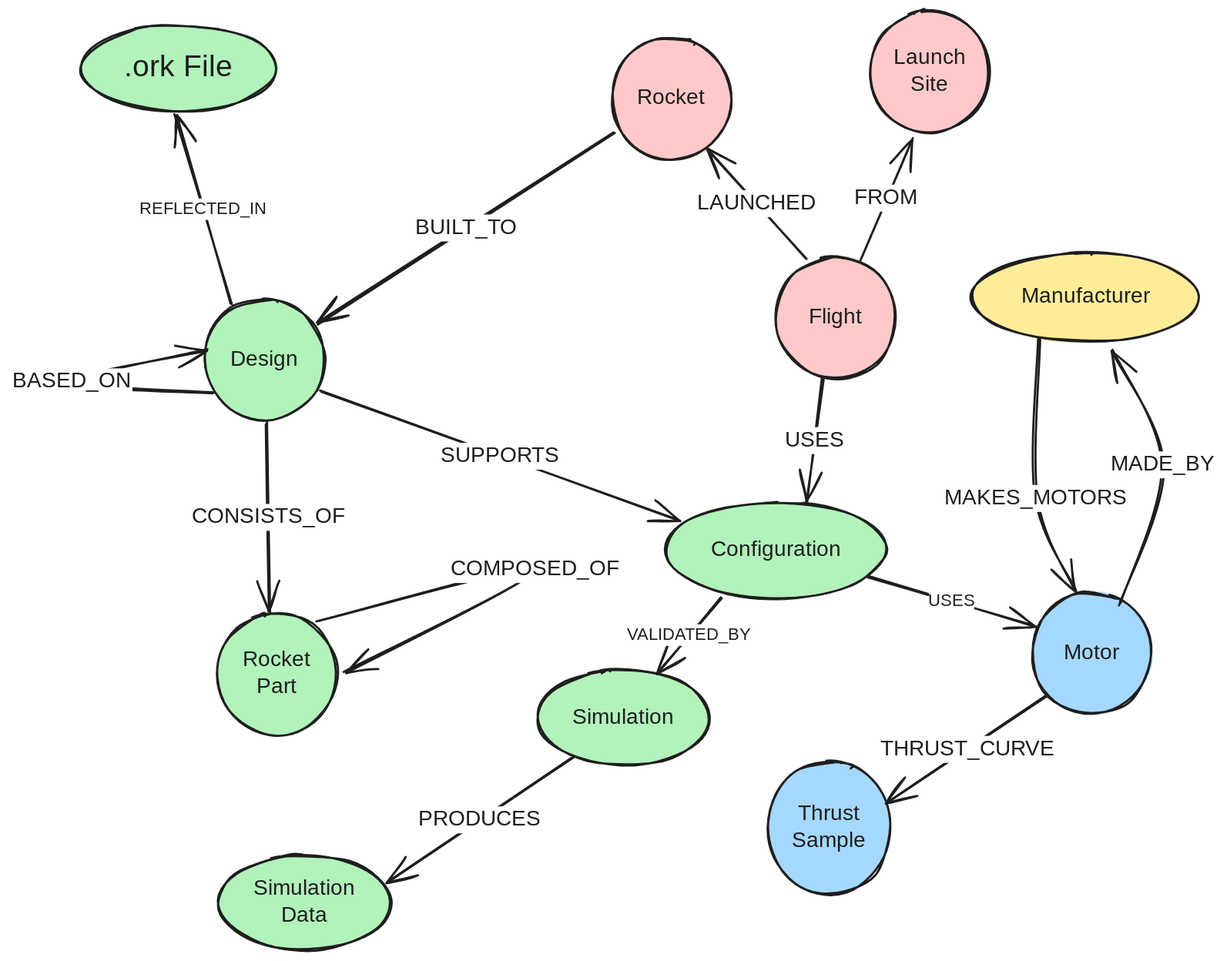
rlhatcher/ronaldhatcherblog keeps this Excalidraw diagram as schemas/graph.excalidraw.svg. Above is the earlier version. Source tidied: one line per element, renumbered; positions are measured from the earlier drawing's top-left corner, leaving out a move shared by most shapes.
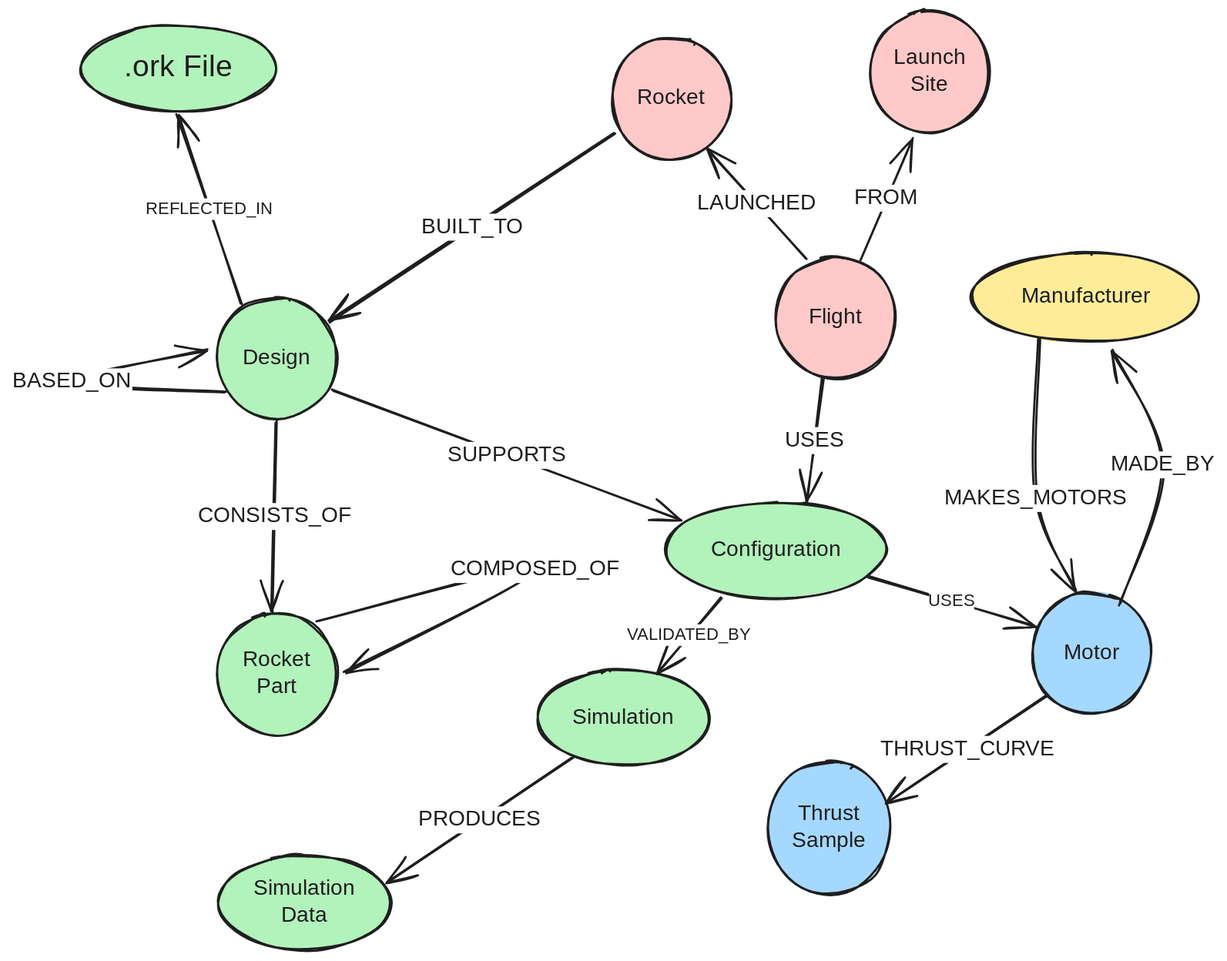
Later version of the same file.

Diff of the diagram source:
```diff
@@ -4,8 +4,8 @@
 {"id": 3, "type": "text", "text": "Flight", "strokeColor": "#1e1e1e", "strokeWidth": 2, "roughness": 1, "fontSize": 20, "fontFamily": 1, "textAlign": "center", "verticalAlign": "middle", "inside": 2, "x": 682, "y": 379, "width": 52, "height": 25}
 {"id": 4, "type": "ellipse", "strokeColor": "#1e1e1e", "backgroundColor": "#ffc9c9", "fillStyle": "solid", "strokeWidth": 2, "roughness": 1, "round": true, "x": 740, "y": 107, "width": 111, "height": 113}
 {"id": 5, "type": "text", "text": "Launch\nSite", "strokeColor": "#1e1e1e", "strokeWidth": 2, "roughness": 1, "fontSize": 20, "fontFamily": 1, "textAlign": "center", "verticalAlign": "middle", "inside": 4, "x": 763, "y": 139, "width": 66, "height": 50}
-{"id": 6, "type": "ellipse", "strokeColor": "#1e1e1e", "backgroundColor": "#b2f2bb", "fillStyle": "solid", "strokeWidth": 2, "roughness": 1, "round": true, "x": 123, "y": 374, "width": 111, "height": 113}
+{"id": 6, "type": "ellipse", "strokeColor": "#1e1e1e", "backgroundColor": "#b2f2bb", "fillStyle": "solid", "strokeWidth": 2, "roughness": 1, "round": true, "x": 135, "y": 373, "width": 111, "height": 113}
-{"id": 7, "type": "text", "text": "Design", "strokeColor": "#1e1e1e", "strokeWidth": 2, "roughness": 1, "fontSize": 20, "fontFamily": 1, "textAlign": "center", "verticalAlign": "middle", "inside": 6, "x": 148, "y": 418, "width": 61, "height": 25}
+{"id": 7, "type": "text", "text": "Design", "strokeColor": "#1e1e1e", "strokeWidth": 2, "roughness": 1, "fontSize": 20, "fontFamily": 1, "textAlign": "center", "verticalAlign": "middle", "inside": 6, "x": 159, "y": 417, "width": 61, "height": 25}
 {"id": 8, "type": "ellipse", "strokeColor": "#1e1e1e", "backgroundColor": "#b2f2bb", "fillStyle": "solid", "strokeWidth": 2, "roughness": 1, "round": true, "x": 8, "y": 121, "width": 183, "height": 79}
 {"id": 9, "type": "text", "text": ".ork File", "strokeColor": "#1e1e1e", "strokeWidth": 2, "roughness": 1, "fontSize": 28, "fontFamily": 1, "textAlign": "center", "verticalAlign": "middle", "inside": 8, "x": 45, "y": 143, "width": 108, "height": 35}
 {"id": 10, "type": "ellipse", "strokeColor": "#1e1e1e", "backgroundColor": "#a5d8ff", "fillStyle": "solid", "strokeWidth": 2, "roughness": 1, "round": true, "x": 891, "y": 647, "width": 111, "height": 113}
@@ -22,15 +22,15 @@
 {"id": 21, "type": "text", "text": "Manufacturer", "strokeColor": "#1e1e1e", "strokeWidth": 2, "roughness": 1, "fontSize": 20, "fontFamily": 1, "textAlign": "center", "verticalAlign": "middle", "inside": 20, "x": 874, "y": 360, "width": 133, "height": 25}
 {"id": 22, "type": "ellipse", "strokeColor": "#1e1e1e", "backgroundColor": "#b2f2bb", "fillStyle": "solid", "strokeWidth": 2, "roughness": 1, "round": true, "x": 135, "y": 666, "width": 111, "height": 113}
 {"id": 23, "type": "text", "text": "Rocket\nPart", "strokeColor": "#1e1e1e", "strokeWidth": 2, "roughness": 1, "fontSize": 20, "fontFamily": 1, "textAlign": "center", "verticalAlign": "middle", "inside": 22, "x": 157, "y": 697, "width": 67, "height": 50}
-{"id": 24, "type": "arrow", "strokeColor": "#1e1e1e", "strokeWidth": 2, "roughness": 1, "endArrowhead": "arrow", "round": true, "from": 6, "to": 22, "x": 181, "y": 489, "width": 4, "height": 176, "points": [[0, 0], [4, 176]]}
+{"id": 24, "type": "arrow", "strokeColor": "#1e1e1e", "strokeWidth": 2, "roughness": 1, "endArrowhead": "arrow", "round": true, "from": 6, "to": 22, "x": 190, "y": 488, "width": 3, "height": 177, "points": [[0, 0], [-3, 177]]}
 {"id": 25, "type": "text", "text": "CONSISTS_OF", "strokeColor": "#1e1e1e", "strokeWidth": 2, "roughness": 1, "fontSize": 20, "fontFamily": 1, "textAlign": "center", "verticalAlign": "middle", "inside": 24, "x": 10, "y": 503, "width": 146, "height": 25}
-{"id": 26, "type": "arrow", "strokeColor": "#1e1e1e", "strokeWidth": 2, "roughness": 1, "endArrowhead": "arrow", "round": true, "from": 6, "to": 18, "x": 232, "y": 461, "width": 332, "height": 119, "points": [[0, 0], [332, 119]]}
+{"id": 26, "type": "arrow", "strokeColor": "#1e1e1e", "strokeWidth": 2, "roughness": 1, "endArrowhead": "arrow", "round": true, "from": 6, "to": 18, "x": 243, "y": 460, "width": 321, "height": 119, "points": [[0, 0], [321, 119]]}
 {"id": 27, "type": "text", "text": "SUPPORTS", "strokeColor": "#1e1e1e", "strokeWidth": 2, "roughness": 1, "fontSize": 20, "fontFamily": 1, "textAlign": "center", "verticalAlign": "middle", "inside": 26, "x": 233, "y": 428, "width": 109, "height": 25}
 {"id": 28, "type": "arrow", "strokeColor": "#1e1e1e", "strokeWidth": 2, "roughness": 1, "endArrowhead": "arrow", "round": true, "from": 18, "to": 14, "x": 602, "y": 652, "width": 60, "height": 69, "points": [[0, 0], [-60, 69]]}
 {"id": 29, "type": "text", "text": "VALIDATED_BY", "strokeColor": "#1e1e1e", "strokeWidth": 2, "roughness": 1, "fontSize": 16, "fontFamily": 1, "textAlign": "center", "verticalAlign": "middle", "inside": 28, "x": 383, "y": 749, "width": 129, "height": 20}
 {"id": 30, "type": "arrow", "strokeColor": "#1e1e1e", "strokeWidth": 2, "roughness": 1, "endArrowhead": "arrow", "round": true, "from": 18, "to": 10, "x": 739, "y": 633, "width": 154, "height": 45, "points": [[0, 0], [154, 45]]}
 {"id": 31, "type": "text", "text": "USES", "strokeColor": "#1e1e1e", "strokeWidth": 2, "roughness": 1, "fontSize": 16, "fontFamily": 1, "textAlign": "center", "verticalAlign": "middle", "inside": 30, "x": 654, "y": 581, "width": 42, "height": 20}
-{"id": 32, "type": "arrow", "strokeColor": "#1e1e1e", "strokeWidth": 2, "roughness": 1, "endArrowhead": "arrow", "round": true, "from": 6, "to": 8, "x": 148, "y": 378, "width": 52, "height": 174, "points": [[0, 0], [-52, -174]]}
+{"id": 32, "type": "arrow", "strokeColor": "#1e1e1e", "strokeWidth": 2, "roughness": 1, "endArrowhead": "arrow", "round": true, "from": 6, "to": 8, "x": 157, "y": 378, "width": 60, "height": 174, "points": [[0, 0], [-60, -174]]}
 {"id": 33, "type": "text", "text": "REFLECTED_IN", "strokeColor": "#1e1e1e", "strokeWidth": 2, "roughness": 1, "fontSize": 16, "fontFamily": 1, "textAlign": "center", "verticalAlign": "middle", "inside": 32, "x": 195, "y": 0, "width": 130, "height": 20}
 {"id": 34, "type": "arrow", "strokeColor": "#1e1e1e", "strokeWidth": 2, "roughness": 1, "endArrowhead": "arrow", "round": true, "from": 10, "to": 12, "x": 905, "y": 742, "width": 148, "height": 100, "points": [[0, 0], [-148, 100]]}
 {"id": 35, "type": "text", "text": "THRUST_CURVE", "strokeColor": "#1e1e1e", "strokeWidth": 2, "roughness": 1, "fontSize": 20, "fontFamily": 1, "textAlign": "center", "verticalAlign": "middle", "inside": 34, "x": 597, "y": 793, "width": 164, "height": 25}
@@ -40,9 +40,9 @@
 {"id": 39, "type": "text", "text": "MADE_BY", "strokeColor": "#1e1e1e", "strokeWidth": 2, "roughness": 1, "fontSize": 20, "fontFamily": 1, "textAlign": "center", "verticalAlign": "middle", "inside": 38, "x": 899, "y": 778, "width": 99, "height": 25}
 {"id": 40, "type": "arrow", "strokeColor": "#1e1e1e", "strokeWidth": 2, "roughness": 1, "endArrowhead": "arrow", "round": true, "from": 22, "to": 22, "x": 227, "y": 673, "width": 202, "height": 96, "points": [[0, 0], [202, -47], [26, 48]]}
 {"id": 41, "type": "text", "text": "COMPOSED_OF", "strokeColor": "#1e1e1e", "strokeWidth": 2, "roughness": 1, "fontSize": 20, "fontFamily": 1, "textAlign": "center", "verticalAlign": "middle", "inside": 40, "x": 215, "y": 765, "width": 154, "height": 25}
-{"id": 42, "type": "arrow", "strokeColor": "#1e1e1e", "strokeWidth": 2, "roughness": 1, "endArrowhead": "arrow", "round": true, "from": 6, "x": 132, "y": 462, "width": 132, "height": 41, "points": [[0, 0], [-132, -10], [-6, -41]]}
+{"id": 42, "type": "arrow", "strokeColor": "#1e1e1e", "strokeWidth": 2, "roughness": 1, "endArrowhead": "arrow", "round": true, "from": 6, "to": 6, "x": 143, "y": 461, "width": 143, "height": 40, "points": [[0, 0], [-143, -9], [-17, -40]]}
 {"id": 43, "type": "text", "text": "BASED_ON", "strokeColor": "#1e1e1e", "strokeWidth": 2, "roughness": 1, "fontSize": 20, "fontFamily": 1, "textAlign": "center", "verticalAlign": "middle", "inside": 42, "x": 39, "y": 79, "width": 113, "height": 25}
-{"id": 44, "type": "arrow", "strokeColor": "#1e1e1e", "strokeWidth": 2, "roughness": 1, "endArrowhead": "arrow", "round": true, "from": 0, "to": 6, "x": 503, "y": 220, "width": 275, "height": 178, "points": [[0, 0], [-275, 178]]}
+{"id": 44, "type": "arrow", "strokeColor": "#1e1e1e", "strokeWidth": 2, "roughness": 1, "endArrowhead": "arrow", "round": true, "from": 0, "to": 6, "x": 504, "y": 220, "width": 265, "height": 176, "points": [[0, 0], [-265, 176]]}
 {"id": 45, "type": "text", "text": "BUILT_TO", "strokeColor": "#1e1e1e", "strokeWidth": 2, "roughness": 1, "fontSize": 20, "fontFamily": 1, "textAlign": "center", "verticalAlign": "middle", "inside": 44, "x": 222, "y": 253, "width": 115, "height": 25}
 {"id": 46, "type": "arrow", "strokeColor": "#1e1e1e", "strokeWidth": 2, "roughness": 1, "endArrowhead": "arrow", "round": true, "from": 2, "to": 0, "x": 681, "y": 337, "width": 91, "height": 101, "points": [[0, 0], [-91, -101]]}
 {"id": 47, "type": "text", "text": "LAUNCHED", "strokeColor": "#1e1e1e", "strokeWidth": 2, "roughness": 1, "fontSize": 20, "fontFamily": 1, "textAlign": "center", "verticalAlign": "middle", "inside": 46, "x": 569, "y": 334, "width": 105, "height": 25}
```
